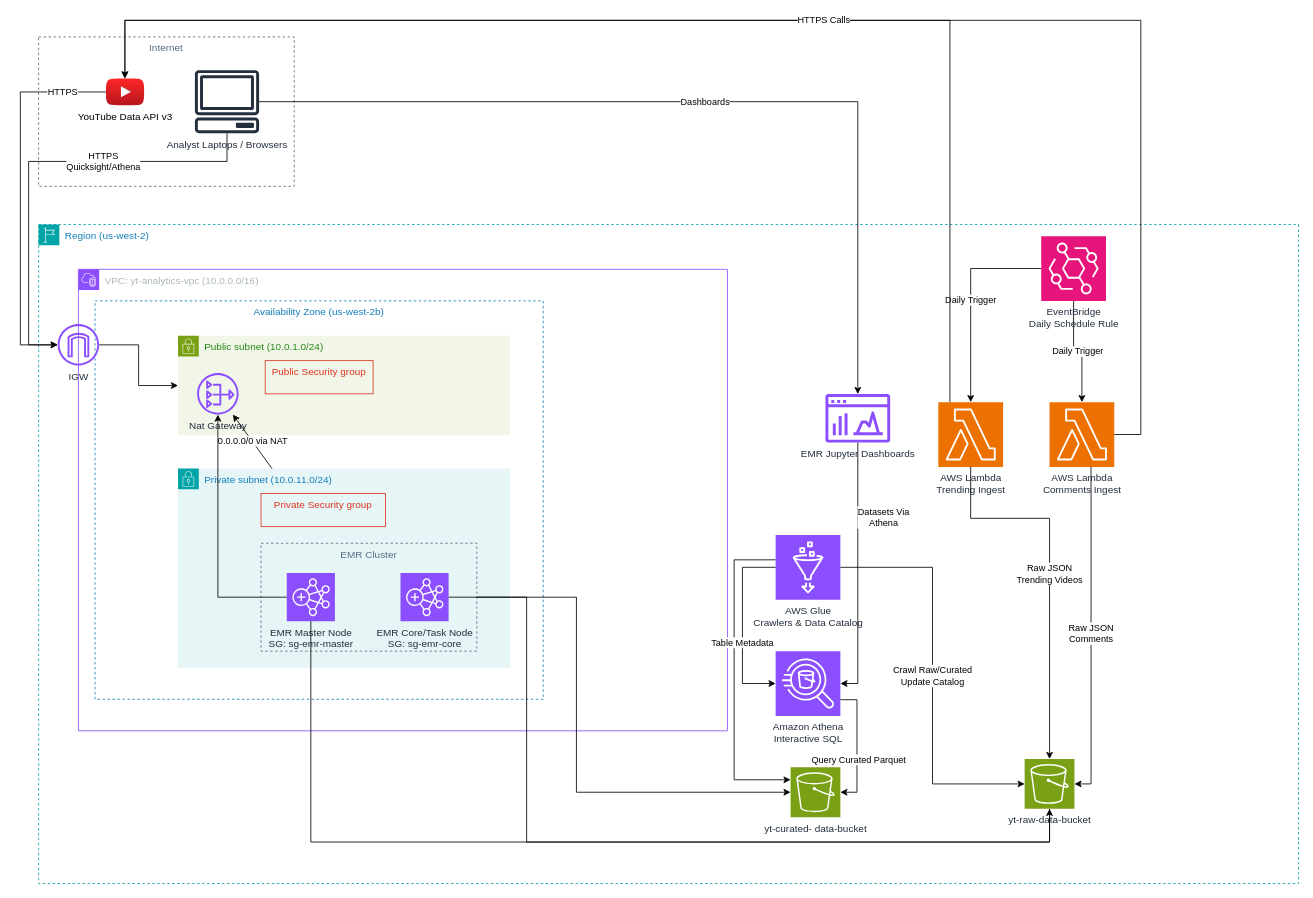
Earlier version of the draw.io diagram Diagrams/NetworkInfrastructure.drawio (bell-kevin/YouTubePipelineAWS). Source tidied: cells renumbered, new cells numbered last; positions are measured from the earlier drawing's top-left corner, leaving out a move shared by most shapes. Both pictures are drawn from the tidied source at 83%, with x=0, y=0 at pixel (20, 20).
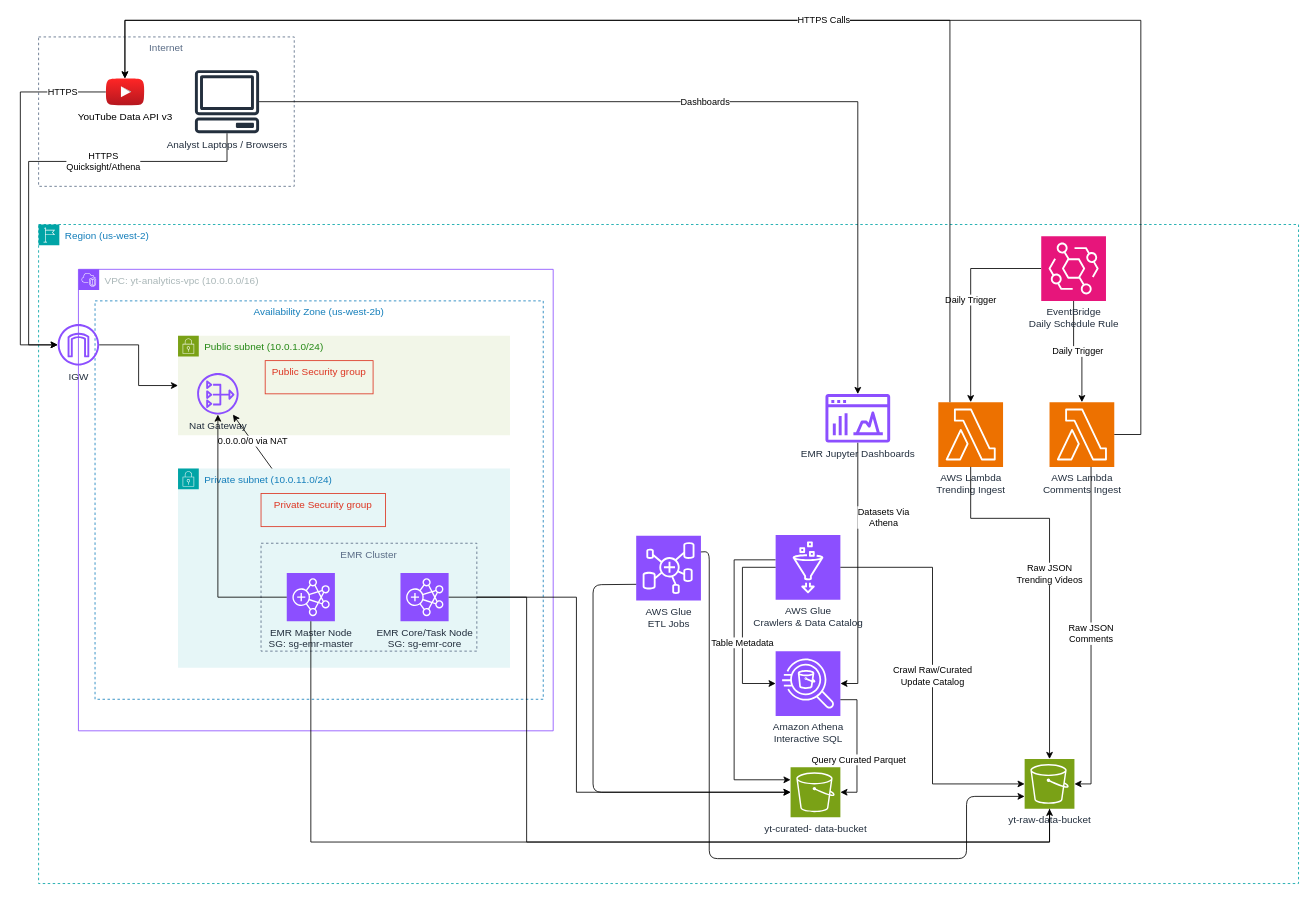
After the change.

Unchanged cells that the change refers to:
```xml
<mxCell id="2" value="Region (us-west-2)" style="gradientColor=none;html=1;whiteSpace=wrap;fontSize=12;fontStyle=0;shape=mxgraph.aws4.group;grIcon=mxgraph.aws4.group_region;strokeColor=#00A4A6;fillColor=none;verticalAlign=top;align=left;spacingLeft=30;fontColor=#147EBA;dashed=1;" parent="1" vertex="1">
  <mxGeometry x="22" y="246" width="1518" height="794" as="geometry" />
</mxCell>
<mxCell id="17" value="yt-curated- data-bucket" style="sketch=0;points=[[0,0,0],[0.25,0,0],[0.5,0,0],[0.75,0,0],[1,0,0],[0,1,0],[0.25,1,0],[0.5,1,0],[0.75,1,0],[1,1,0],[0,0.25,0],[0,0.5,0],[0,0.75,0],[1,0.25,0],[1,0.5,0],[1,0.75,0]];outlineConnect=0;fontColor=#232F3E;fillColor=#7AA116;strokeColor=#ffffff;dashed=0;verticalLabelPosition=bottom;verticalAlign=top;align=center;html=1;fontSize=12;fontStyle=0;shape=mxgraph.aws4.resourceIcon;resIcon=mxgraph.aws4.s3;" parent="2" vertex="1">
  <mxGeometry x="906" y="654" width="60" height="60" as="geometry" />
</mxCell>
<mxCell id="19" value="yt-raw-data-bucket" style="sketch=0;points=[[0,0,0],[0.25,0,0],[0.5,0,0],[0.75,0,0],[1,0,0],[0,1,0],[0.25,1,0],[0.5,1,0],[0.75,1,0],[1,1,0],[0,0.25,0],[0,0.5,0],[0,0.75,0],[1,0.25,0],[1,0.5,0],[1,0.75,0]];outlineConnect=0;fontColor=#232F3E;fillColor=#7AA116;strokeColor=#ffffff;dashed=0;verticalLabelPosition=bottom;verticalAlign=top;align=center;html=1;fontSize=12;fontStyle=0;shape=mxgraph.aws4.resourceIcon;resIcon=mxgraph.aws4.s3;" parent="2" vertex="1">
  <mxGeometry x="1188" y="644" width="60" height="60" as="geometry" />
</mxCell>
```

What changed in the source:
```diff
@@
     <mxCell id="4" value="VPC: yt-analytics-vpc (10.0.0.0/16)" style="gradientColor=none;html=1;whiteSpace=wrap;fontSize=12;fontStyle=0;shape=mxgraph.aws4.group;grIcon=mxgraph.aws4.group_vpc2;strokeColor=#8C4FFF;fillColor=none;verticalAlign=top;align=left;spacingLeft=30;fontColor=#AAB7B8;dashed=0;" parent="2" vertex="1">
-      <mxGeometry x="48" y="54" width="782" height="556" as="geometry" />
+      <mxGeometry x="48" y="54" width="572" height="556" as="geometry" />
     </mxCell>
@@
+    <mxCell id="45" value="AWS Glue&lt;div&gt;ETL Jobs&lt;/div&gt;" style="sketch=0;points=[[0,0,0],[0.25,0,0],[0.5,0,0],[0.75,0,0],[1,0,0],[0,1,0],[0.25,1,0],[0.5,1,0],[0.75,1,0],[1,1,0],[0,0.25,0],[0,0.5,0],[0,0.75,0],[1,0.25,0],[1,0.5,0],[1,0.75,0]];outlineConnect=0;fontColor=#232F3E;fillColor=#8C4FFF;strokeColor=#ffffff;dashed=0;verticalLabelPosition=bottom;verticalAlign=top;align=center;html=1;fontSize=12;fontStyle=0;shape=mxgraph.aws4.resourceIcon;resIcon=mxgraph.aws4.glue_elastic_views;" parent="2" vertex="1">
+      <mxGeometry x="720" y="375" width="78" height="78" as="geometry" />
+    </mxCell>
+    <mxCell id="46" style="endArrow=classic;html=1;exitX=0;exitY=0.75;exitDx=0;exitDy=0;exitPerimeter=0;entryX=0;entryY=0.5;entryDx=0;entryDy=0;entryPerimeter=0;" parent="2" edge="1" source="45" target="17">
+      <mxGeometry relative="1" as="geometry">
+        <Array as="points">
+          <mxPoint x="668" y="434" />
+          <mxPoint x="668" y="684" />
+        </Array>
+      </mxGeometry>
+    </mxCell>
+    <mxCell id="47" style="edgeStyle=none;html=1;exitX=1;exitY=0.25;exitDx=0;exitDy=0;exitPerimeter=0;entryX=0;entryY=0.75;entryDx=0;entryDy=0;entryPerimeter=0;" parent="2" edge="1" source="45" target="19">
+      <mxGeometry relative="1" as="geometry">
+        <Array as="points">
+          <mxPoint x="808" y="394" />
+          <mxPoint x="808" y="764" />
+          <mxPoint x="1118" y="764" />
+          <mxPoint x="1118" y="689" />
+        </Array>
+      </mxGeometry>
+    </mxCell>
```
